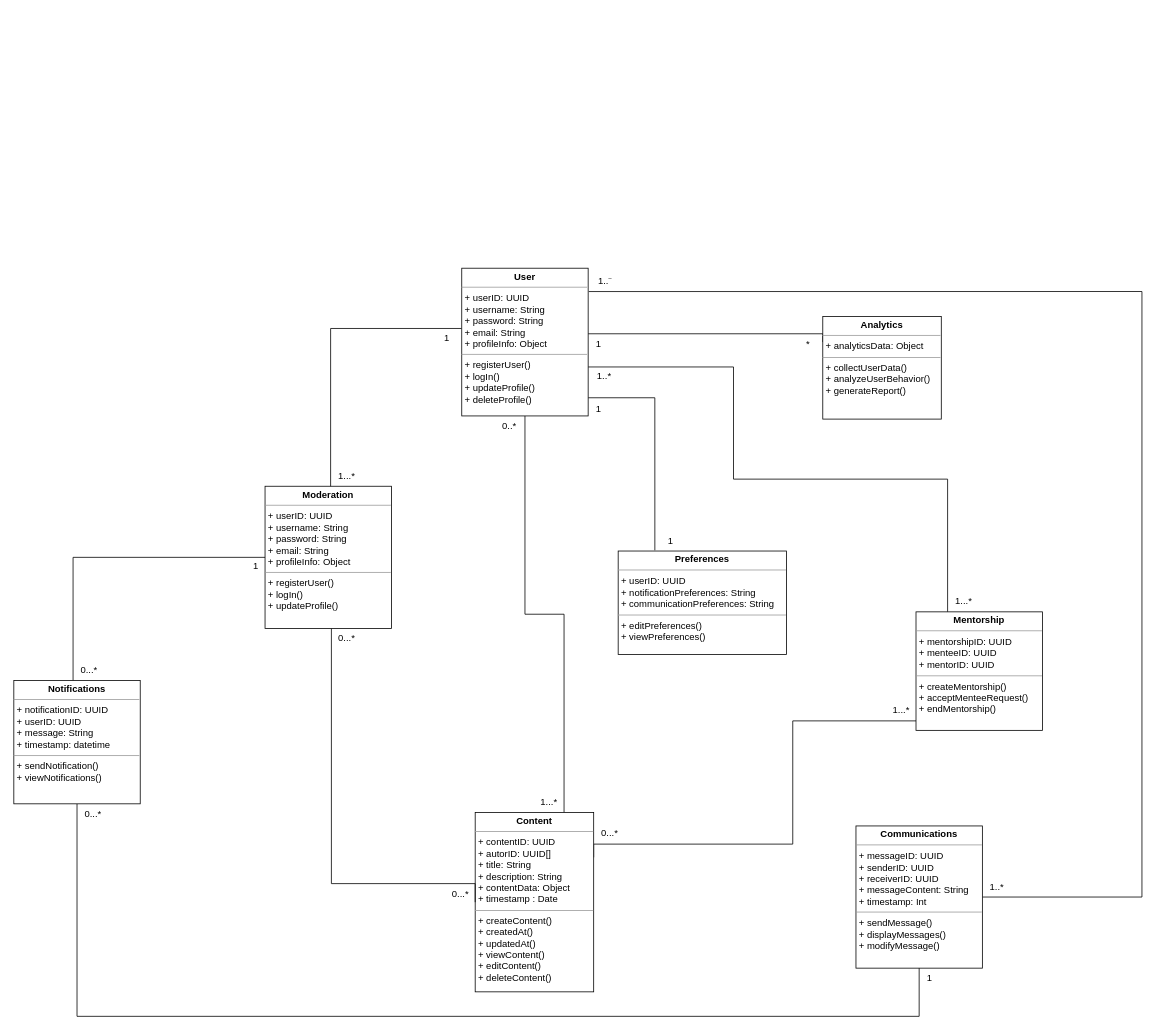
Before: page "Class diagram" (5 of 5) of oc-fuzescrum-diagrams.drawio in TomPlr/oc-java-projet-3-fuzescrum, a draw.io diagram. Source tidied: cells renumbered, new cells numbered last; positions are measured from the earlier drawing's top-left corner, leaving out a move shared by most shapes. Both pictures are drawn from the tidied source at 79%, with x=0, y=0 at pixel (13, 268).
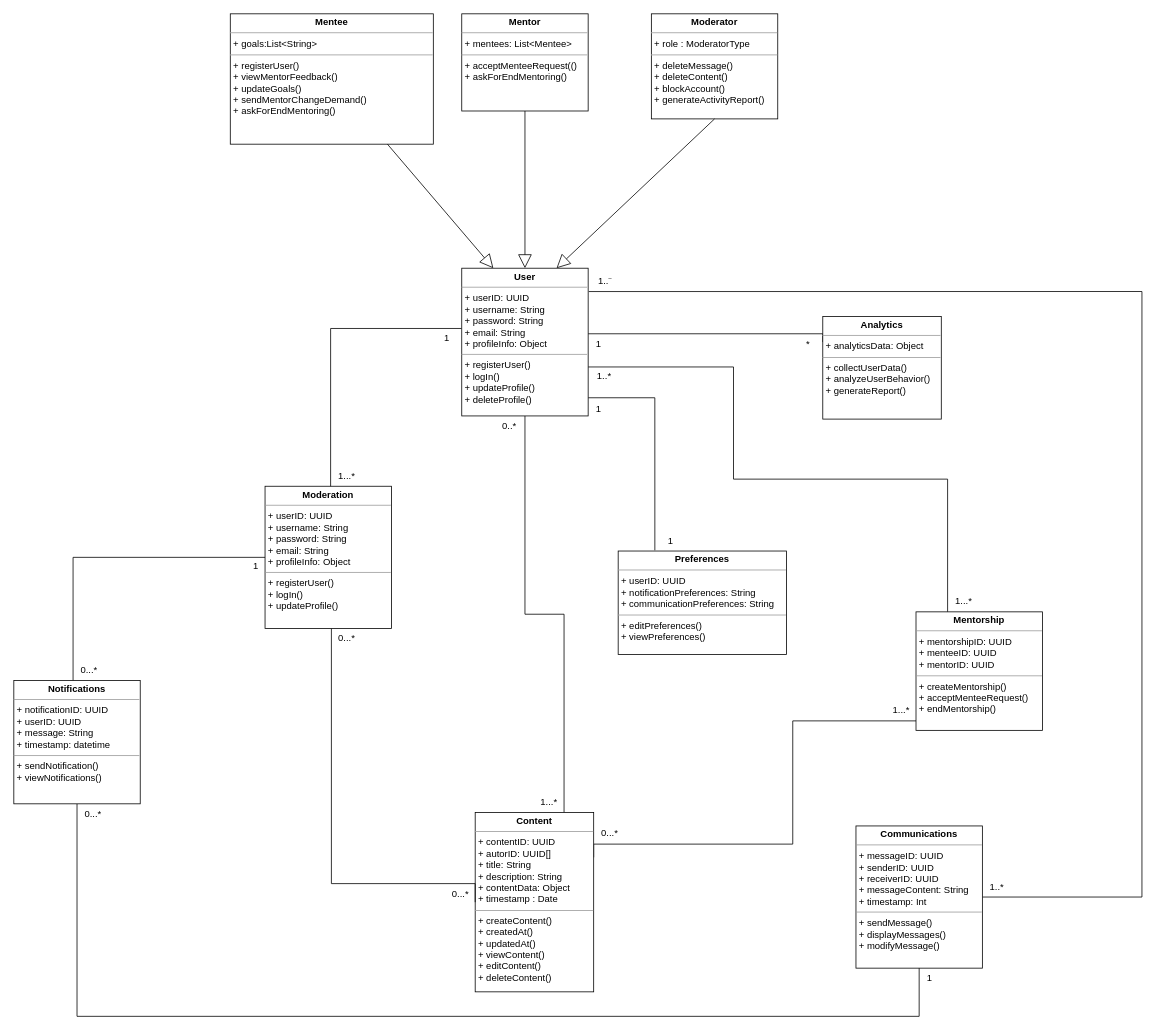
The same diagram, later.

Unchanged cells that the change refers to:
```xml
<mxCell id="6" value="&lt;p style=&quot;margin:0px;margin-top:4px;text-align:center;&quot;&gt;&lt;b&gt;User&lt;/b&gt;&lt;/p&gt;&lt;hr size=&quot;1&quot;&gt;&lt;p style=&quot;margin:0px;margin-left:4px;&quot;&gt;+ userID: UUID&lt;/p&gt;&lt;p style=&quot;margin:0px;margin-left:4px;&quot;&gt;&lt;span style=&quot;background-color: initial;&quot;&gt;+ username: String&lt;/span&gt;&lt;br&gt;&lt;/p&gt;&lt;p style=&quot;margin:0px;margin-left:4px;&quot;&gt;&lt;span style=&quot;background-color: initial;&quot;&gt;+ password: String&amp;nbsp;&lt;/span&gt;&lt;br&gt;&lt;/p&gt;&lt;p style=&quot;margin:0px;margin-left:4px;&quot;&gt;+ email: String&lt;span style=&quot;background-color: initial;&quot;&gt;&lt;br&gt;&lt;/span&gt;&lt;/p&gt;&lt;p style=&quot;margin:0px;margin-left:4px;&quot;&gt;+ profileInfo: Object&lt;br&gt;&lt;/p&gt;&lt;hr size=&quot;1&quot;&gt;&lt;p style=&quot;margin:0px;margin-left:4px;&quot;&gt;+ registerUser()&lt;/p&gt;&lt;p style=&quot;margin:0px;margin-left:4px;&quot;&gt;+ logIn()&lt;/p&gt;&lt;p style=&quot;margin:0px;margin-left:4px;&quot;&gt;+ updateProfile()&lt;/p&gt;&lt;p style=&quot;margin:0px;margin-left:4px;&quot;&gt;+ deleteProfile()&lt;/p&gt;&lt;p style=&quot;margin:0px;margin-left:4px;&quot;&gt;&lt;br&gt;&lt;/p&gt;" style="verticalAlign=top;align=left;overflow=fill;fontSize=12;fontFamily=Helvetica;html=1;whiteSpace=wrap;" parent="1" vertex="1">
  <mxGeometry x="567" width="160" height="187" as="geometry" />
</mxCell>
```

What changed in the source:
```diff
@@
+    <mxCell id="40" value="&lt;p style=&quot;margin:0px;margin-top:4px;text-align:center;&quot;&gt;&lt;b&gt;Mentee&lt;/b&gt;&lt;/p&gt;&lt;hr size=&quot;1&quot;&gt;&lt;p style=&quot;margin:0px;margin-left:4px;&quot;&gt;+ goals:List&amp;lt;String&amp;gt;&lt;/p&gt;&lt;hr size=&quot;1&quot;&gt;&lt;p style=&quot;margin:0px;margin-left:4px;&quot;&gt;+ registerUser()&lt;/p&gt;&lt;p style=&quot;margin:0px;margin-left:4px;&quot;&gt;+ viewMentorFeedback()&lt;/p&gt;&lt;p style=&quot;margin:0px;margin-left:4px;&quot;&gt;+ updateGoals()&lt;/p&gt;&lt;p style=&quot;margin:0px;margin-left:4px;&quot;&gt;+ sendMentorChangeDemand()&lt;/p&gt;&lt;p style=&quot;margin:0px;margin-left:4px;&quot;&gt;+ askForEndMentoring()&lt;br&gt;&lt;/p&gt;" style="verticalAlign=top;align=left;overflow=fill;fontSize=12;fontFamily=Helvetica;html=1;whiteSpace=wrap;" parent="1" vertex="1">
+      <mxGeometry x="274" y="-322" width="257" height="165" as="geometry" />
+    </mxCell>
+    <mxCell id="41" style="rounded=0;jettySize=auto;html=1;entryX=0.5;entryY=0;entryDx=0;entryDy=0;endArrow=block;endFill=0;strokeWidth=1;endSize=15;" parent="1" edge="1" source="42" target="6">
+      <mxGeometry relative="1" as="geometry" />
+    </mxCell>
+    <mxCell id="42" value="&lt;p style=&quot;margin:0px;margin-top:4px;text-align:center;&quot;&gt;&lt;b&gt;Mentor&lt;/b&gt;&lt;/p&gt;&lt;hr size=&quot;1&quot;&gt;&lt;p style=&quot;margin:0px;margin-left:4px;&quot;&gt;+&amp;nbsp;mentees: List&amp;lt;Mentee&amp;gt;&lt;/p&gt;&lt;hr size=&quot;1&quot;&gt;&lt;p style=&quot;margin:0px;margin-left:4px;&quot;&gt;+&amp;nbsp;acceptMenteeRequest(()&lt;/p&gt;&lt;p style=&quot;margin:0px;margin-left:4px;&quot;&gt;+ askForEndMentoring()&lt;/p&gt;&lt;p style=&quot;margin:0px;margin-left:4px;&quot;&gt;&lt;br&gt;&lt;/p&gt;" style="verticalAlign=top;align=left;overflow=fill;fontSize=12;fontFamily=Helvetica;html=1;whiteSpace=wrap;" parent="1" vertex="1">
+      <mxGeometry x="567" y="-322" width="160" height="123" as="geometry" />
+    </mxCell>
+    <mxCell id="43" value="&lt;p style=&quot;margin:0px;margin-top:4px;text-align:center;&quot;&gt;&lt;b&gt;Moderator&lt;/b&gt;&lt;/p&gt;&lt;hr size=&quot;1&quot;&gt;&lt;p style=&quot;margin:0px;margin-left:4px;&quot;&gt;+ role : ModeratorType&lt;/p&gt;&lt;hr size=&quot;1&quot;&gt;&lt;p style=&quot;margin:0px;margin-left:4px;&quot;&gt;+ deleteMessage()&lt;/p&gt;&lt;p style=&quot;margin:0px;margin-left:4px;&quot;&gt;+ deleteContent()&lt;/p&gt;&lt;p style=&quot;margin:0px;margin-left:4px;&quot;&gt;+ blockAccount()&lt;/p&gt;&lt;p style=&quot;margin:0px;margin-left:4px;&quot;&gt;+ generateActivityReport()&lt;/p&gt;" style="verticalAlign=top;align=left;overflow=fill;fontSize=12;fontFamily=Helvetica;html=1;whiteSpace=wrap;" parent="1" vertex="1">
+      <mxGeometry x="807" y="-322" width="160" height="133" as="geometry" />
+    </mxCell>
+    <mxCell id="44" style="rounded=0;jettySize=auto;html=1;entryX=0.75;entryY=0;entryDx=0;entryDy=0;endArrow=block;endFill=0;strokeWidth=1;endSize=15;exitX=0.5;exitY=1;exitDx=0;exitDy=0;" parent="1" edge="1" source="43" target="6">
+      <mxGeometry relative="1" as="geometry" />
+    </mxCell>
+    <mxCell id="45" style="rounded=0;jettySize=auto;html=1;endArrow=block;endFill=0;strokeWidth=1;endSize=15;entryX=0.25;entryY=0;entryDx=0;entryDy=0;" parent="1" edge="1" source="40" target="6">
+      <mxGeometry relative="1" as="geometry" />
+    </mxCell>
```
